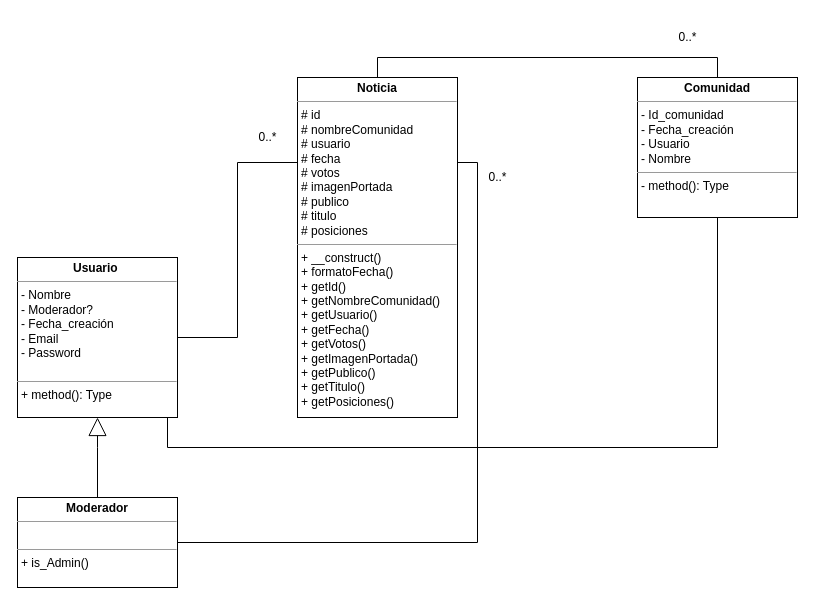
This is diagramaClase.drawio from Tiinocm/ProyectoIntegrado, a draw.io file, before an edit. Source tidied: cells renumbered, new cells numbered last; positions are measured from the earlier drawing's top-left corner, leaving out a move shared by most shapes. Both pictures are drawn from the tidied source at 100%, with x=0, y=0 at pixel (17, 27).
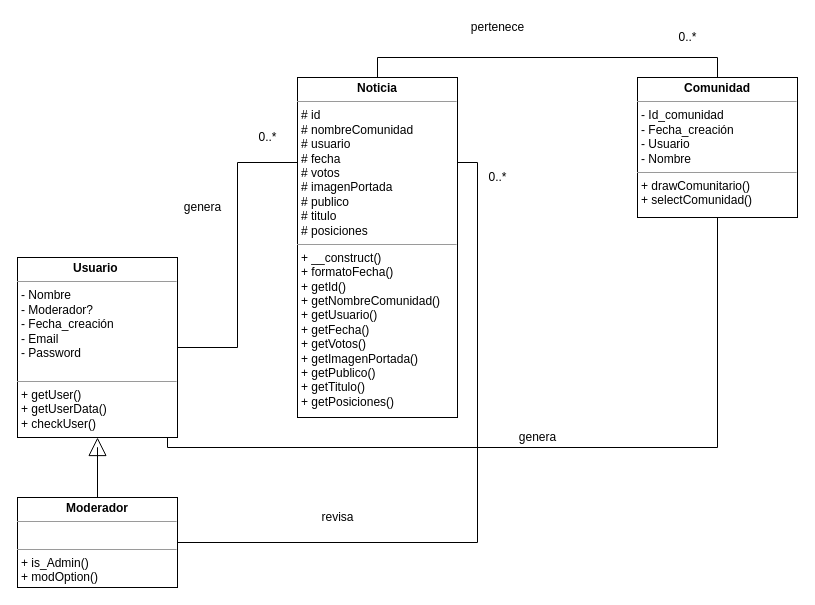
The same page after the edit.

Commit message:
actualización final esquema de clases

Diff of the diagram source:
```diff
@@
-    <mxCell id="5" value="&lt;p style=&quot;margin:0px;margin-top:4px;text-align:center;&quot;&gt;&lt;b&gt;Comunidad&lt;/b&gt;&lt;/p&gt;&lt;hr size=&quot;1&quot;&gt;&lt;p style=&quot;margin:0px;margin-left:4px;&quot;&gt;- Id_comunidad&lt;/p&gt;&lt;p style=&quot;margin:0px;margin-left:4px;&quot;&gt;- Fecha_creación&lt;/p&gt;&lt;p style=&quot;margin:0px;margin-left:4px;&quot;&gt;- Usuario&amp;nbsp;&lt;/p&gt;&lt;p style=&quot;margin:0px;margin-left:4px;&quot;&gt;- Nombre&lt;/p&gt;&lt;hr size=&quot;1&quot;&gt;&lt;p style=&quot;margin:0px;margin-left:4px;&quot;&gt;- method(): Type&lt;/p&gt;" style="verticalAlign=top;align=left;overflow=fill;fontSize=12;fontFamily=Helvetica;html=1;" parent="1" vertex="1">
+    <mxCell id="5" value="&lt;p style=&quot;margin:0px;margin-top:4px;text-align:center;&quot;&gt;&lt;b&gt;Comunidad&lt;/b&gt;&lt;/p&gt;&lt;hr size=&quot;1&quot;&gt;&lt;p style=&quot;margin:0px;margin-left:4px;&quot;&gt;- Id_comunidad&lt;/p&gt;&lt;p style=&quot;margin:0px;margin-left:4px;&quot;&gt;- Fecha_creación&lt;/p&gt;&lt;p style=&quot;margin:0px;margin-left:4px;&quot;&gt;- Usuario&amp;nbsp;&lt;/p&gt;&lt;p style=&quot;margin:0px;margin-left:4px;&quot;&gt;- Nombre&lt;/p&gt;&lt;hr size=&quot;1&quot;&gt;&lt;p style=&quot;margin:0px;margin-left:4px;&quot;&gt;+ drawComunitario()&lt;/p&gt;&lt;p style=&quot;margin:0px;margin-left:4px;&quot;&gt;+ selectComunidad()&lt;/p&gt;" style="verticalAlign=top;align=left;overflow=fill;fontSize=12;fontFamily=Helvetica;html=1;" parent="1" vertex="1">
       <mxGeometry x="620" y="50" width="160" height="140" as="geometry" />
     </mxCell>
@@
-    <mxCell id="8" value="&lt;p style=&quot;margin:0px;margin-top:4px;text-align:center;&quot;&gt;&lt;b&gt;Usuario&amp;nbsp;&lt;/b&gt;&lt;/p&gt;&lt;hr size=&quot;1&quot;&gt;&lt;p style=&quot;margin:0px;margin-left:4px;&quot;&gt;- Nombre&lt;/p&gt;&lt;p style=&quot;margin:0px;margin-left:4px;&quot;&gt;- Moderador?&lt;/p&gt;&lt;p style=&quot;margin:0px;margin-left:4px;&quot;&gt;- Fecha_creación&lt;/p&gt;&lt;p style=&quot;margin:0px;margin-left:4px;&quot;&gt;- Email&lt;/p&gt;&lt;p style=&quot;margin:0px;margin-left:4px;&quot;&gt;- Password&lt;/p&gt;&lt;p style=&quot;margin:0px;margin-left:4px;&quot;&gt;&lt;br&gt;&lt;/p&gt;&lt;hr size=&quot;1&quot;&gt;&lt;p style=&quot;margin:0px;margin-left:4px;&quot;&gt;+ method(): Type&lt;/p&gt;" style="verticalAlign=top;align=left;overflow=fill;fontSize=12;fontFamily=Helvetica;html=1;" parent="1" vertex="1">
-      <mxGeometry y="230" width="160" height="160" as="geometry" />
+    <mxCell id="8" value="&lt;p style=&quot;margin:0px;margin-top:4px;text-align:center;&quot;&gt;&lt;b&gt;Usuario&amp;nbsp;&lt;/b&gt;&lt;/p&gt;&lt;hr size=&quot;1&quot;&gt;&lt;p style=&quot;margin:0px;margin-left:4px;&quot;&gt;- Nombre&lt;/p&gt;&lt;p style=&quot;margin:0px;margin-left:4px;&quot;&gt;- Moderador?&lt;/p&gt;&lt;p style=&quot;margin:0px;margin-left:4px;&quot;&gt;- Fecha_creación&lt;/p&gt;&lt;p style=&quot;margin:0px;margin-left:4px;&quot;&gt;- Email&lt;/p&gt;&lt;p style=&quot;margin:0px;margin-left:4px;&quot;&gt;- Password&lt;/p&gt;&lt;p style=&quot;margin:0px;margin-left:4px;&quot;&gt;&lt;br&gt;&lt;/p&gt;&lt;hr size=&quot;1&quot;&gt;&lt;p style=&quot;margin:0px;margin-left:4px;&quot;&gt;+ getUser()&lt;/p&gt;&lt;p style=&quot;margin:0px;margin-left:4px;&quot;&gt;+ getUserData()&lt;/p&gt;&lt;p style=&quot;margin:0px;margin-left:4px;&quot;&gt;+ checkUser()&lt;/p&gt;&lt;p style=&quot;margin:0px;margin-left:4px;&quot;&gt;&lt;br&gt;&lt;/p&gt;" style="verticalAlign=top;align=left;overflow=fill;fontSize=12;fontFamily=Helvetica;html=1;" parent="1" vertex="1">
+      <mxGeometry y="230" width="160" height="180" as="geometry" />
     </mxCell>
-    <mxCell id="9" value="&lt;p style=&quot;margin:0px;margin-top:4px;text-align:center;&quot;&gt;&lt;b&gt;Moderador&lt;/b&gt;&lt;/p&gt;&lt;hr size=&quot;1&quot;&gt;&lt;p style=&quot;margin:0px;margin-left:4px;&quot;&gt;&lt;br&gt;&lt;/p&gt;&lt;hr size=&quot;1&quot;&gt;&lt;p style=&quot;margin:0px;margin-left:4px;&quot;&gt;+ is_Admin()&lt;/p&gt;" style="verticalAlign=top;align=left;overflow=fill;fontSize=12;fontFamily=Helvetica;html=1;" parent="1" vertex="1">
+    <mxCell id="9" value="&lt;p style=&quot;margin:0px;margin-top:4px;text-align:center;&quot;&gt;&lt;b&gt;Moderador&lt;/b&gt;&lt;/p&gt;&lt;hr size=&quot;1&quot;&gt;&lt;p style=&quot;margin:0px;margin-left:4px;&quot;&gt;&lt;br&gt;&lt;/p&gt;&lt;hr size=&quot;1&quot;&gt;&lt;p style=&quot;margin:0px;margin-left:4px;&quot;&gt;+ is_Admin()&lt;/p&gt;&lt;p style=&quot;margin:0px;margin-left:4px;&quot;&gt;+ modOption()&lt;/p&gt;" style="verticalAlign=top;align=left;overflow=fill;fontSize=12;fontFamily=Helvetica;html=1;" parent="1" vertex="1">
       <mxGeometry y="470" width="160" height="90" as="geometry" />
     </mxCell>
@@
+    <mxCell id="14" value="genera" style="text;html=1;align=center;verticalAlign=middle;strokeColor=none;fillColor=none;" parent="1" vertex="1">
+      <mxGeometry x="160" y="170" width="50" height="20" as="geometry" />
+    </mxCell>
+    <mxCell id="15" value="pertenece" style="text;html=1;align=center;verticalAlign=middle;strokeColor=none;fillColor=none;" parent="1" vertex="1">
+      <mxGeometry x="445" y="-10" width="70" height="20" as="geometry" />
+    </mxCell>
+    <mxCell id="16" value="revisa" style="text;html=1;align=center;verticalAlign=middle;strokeColor=none;fillColor=none;" parent="1" vertex="1">
+      <mxGeometry x="295" y="480" width="50" height="20" as="geometry" />
+    </mxCell>
+    <mxCell id="17" value="genera" style="text;html=1;align=center;verticalAlign=middle;strokeColor=none;fillColor=none;" parent="1" vertex="1">
+      <mxGeometry x="495" y="400" width="50" height="20" as="geometry" />
+    </mxCell>
```
